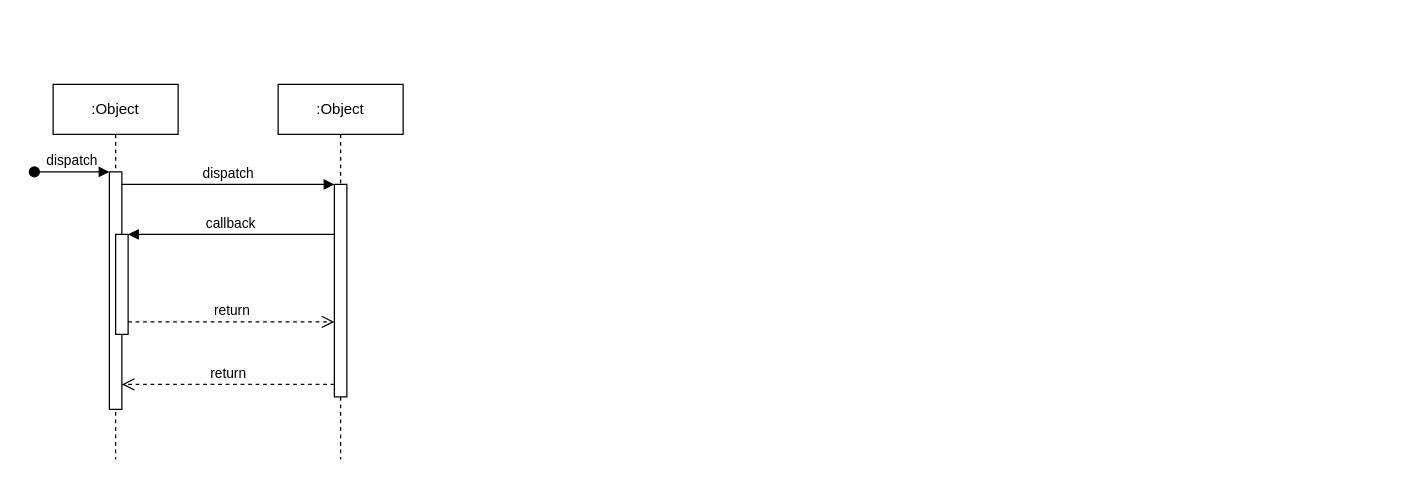
Above: Analise de Sistemas/UML/Exercício diagrama de sequência.drawio in Sant-Thiago/Estudos (draw.io), before the change. Source tidied: cells renumbered, new cells numbered last; positions are measured from the earlier drawing's top-left corner, leaving out a move shared by most shapes. Both pictures are drawn from the tidied source at 125%, with x=0, y=0 at pixel (34, 84).
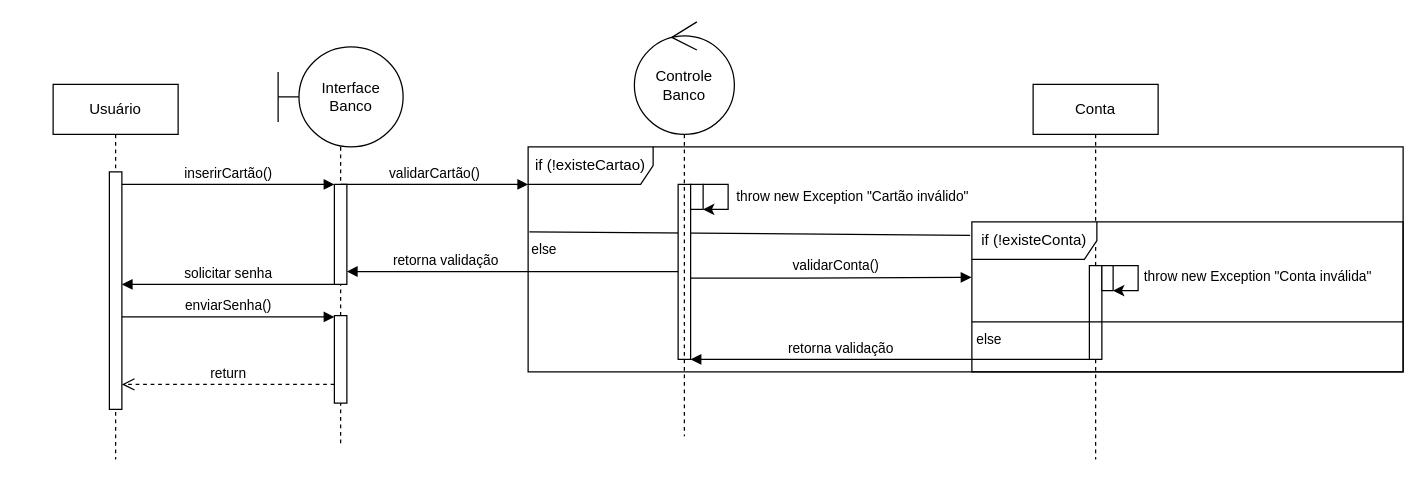
The same diagram, later.

Commit message:
primeira etapa do diagrama

Unchanged cells that the change refers to:
```xml
<mxCell id="3" style="html=1;points=[];perimeter=orthogonalPerimeter;outlineConnect=0;targetShapes=umlLifeline;portConstraint=eastwest;newEdgeStyle={&quot;edgeStyle&quot;:&quot;elbowEdgeStyle&quot;,&quot;elbow&quot;:&quot;vertical&quot;,&quot;curved&quot;:0,&quot;rounded&quot;:0};" parent="2" vertex="1">
  <mxGeometry x="45" y="70" width="10" height="190" as="geometry" />
</mxCell>
```

Change to the diagram source:
```diff
@@
-    <mxCell id="2" value=":Object" style="shape=umlLifeline;perimeter=lifelinePerimeter;whiteSpace=wrap;html=1;newEdgeStyle={&quot;edgeStyle&quot;:&quot;elbowEdgeStyle&quot;,&quot;elbow&quot;:&quot;vertical&quot;,&quot;curved&quot;:0,&quot;rounded&quot;:0};" parent="1" vertex="1">
+    <mxCell id="2" value="Usuário" style="shape=umlLifeline;perimeter=lifelinePerimeter;whiteSpace=wrap;html=1;newEdgeStyle={&quot;edgeStyle&quot;:&quot;elbowEdgeStyle&quot;,&quot;elbow&quot;:&quot;vertical&quot;,&quot;curved&quot;:0,&quot;rounded&quot;:0};" parent="1" vertex="1">
       <mxGeometry x="15" width="100" height="300" as="geometry" />
     </mxCell>
@@
-    <mxCell id="4" value="dispatch" style="html=1;verticalAlign=bottom;startArrow=oval;endArrow=block;startSize=8;edgeStyle=elbowEdgeStyle;elbow=vertical;curved=0;rounded=0;" parent="2" edge="1" target="3">
-      <mxGeometry relative="1" as="geometry">
-        <mxPoint x="-15" y="70" as="sourcePoint" />
-      </mxGeometry>
-    </mxCell>
-    <mxCell id="5" style="html=1;points=[];perimeter=orthogonalPerimeter;outlineConnect=0;targetShapes=umlLifeline;portConstraint=eastwest;newEdgeStyle={&quot;edgeStyle&quot;:&quot;elbowEdgeStyle&quot;,&quot;elbow&quot;:&quot;vertical&quot;,&quot;curved&quot;:0,&quot;rounded&quot;:0};" parent="2" vertex="1">
-      <mxGeometry x="50" y="120" width="10" height="80" as="geometry" />
-    </mxCell>
-    <mxCell id="6" value=":Object" style="shape=umlLifeline;perimeter=lifelinePerimeter;whiteSpace=wrap;html=1;newEdgeStyle={&quot;edgeStyle&quot;:&quot;elbowEdgeStyle&quot;,&quot;elbow&quot;:&quot;vertical&quot;,&quot;curved&quot;:0,&quot;rounded&quot;:0};" parent="1" vertex="1">
-      <mxGeometry x="195" width="100" height="300" as="geometry" />
-    </mxCell>
-    <mxCell id="7" style="html=1;points=[];perimeter=orthogonalPerimeter;outlineConnect=0;targetShapes=umlLifeline;portConstraint=eastwest;newEdgeStyle={&quot;edgeStyle&quot;:&quot;elbowEdgeStyle&quot;,&quot;elbow&quot;:&quot;vertical&quot;,&quot;curved&quot;:0,&quot;rounded&quot;:0};" parent="6" vertex="1">
-      <mxGeometry x="45" y="80" width="10" height="170" as="geometry" />
-    </mxCell>
-    <mxCell id="8" value="dispatch" style="html=1;verticalAlign=bottom;endArrow=block;edgeStyle=elbowEdgeStyle;elbow=vertical;curved=0;rounded=0;" parent="1" edge="1" source="3" target="7">
+    <mxCell id="8" value="inserirCartão()" style="html=1;verticalAlign=bottom;endArrow=block;edgeStyle=elbowEdgeStyle;elbow=vertical;curved=0;rounded=0;" parent="1" edge="1" source="3" target="7">
       <mxGeometry relative="1" as="geometry">
         <Array as="points">
           <mxPoint x="155" y="80" />
         </Array>
       </mxGeometry>
     </mxCell>
-    <mxCell id="9" value="return" style="html=1;verticalAlign=bottom;endArrow=open;dashed=1;endSize=8;edgeStyle=elbowEdgeStyle;elbow=vertical;curved=0;rounded=0;" parent="1" edge="1" source="7" target="3">
+    <mxCell id="9" value="return" style="html=1;verticalAlign=bottom;endArrow=open;dashed=1;endSize=8;edgeStyle=elbowEdgeStyle;elbow=vertical;curved=0;rounded=0;" parent="1" edge="1" source="32" target="3">
       <mxGeometry relative="1" as="geometry">
         <Array as="points">
           <mxPoint x="165" y="240" />
         </Array>
       </mxGeometry>
     </mxCell>
-    <mxCell id="10" value="callback" style="html=1;verticalAlign=bottom;endArrow=block;edgeStyle=elbowEdgeStyle;elbow=vertical;curved=0;rounded=0;" parent="1" edge="1" source="7" target="5">
-      <mxGeometry relative="1" as="geometry">
-        <Array as="points">
-          <mxPoint x="165" y="120" />
-        </Array>
-      </mxGeometry>
-    </mxCell>
-    <mxCell id="11" value="return" style="html=1;verticalAlign=bottom;endArrow=open;dashed=1;endSize=8;edgeStyle=elbowEdgeStyle;elbow=vertical;curved=0;rounded=0;" parent="1" edge="1" source="5" target="7">
-      <mxGeometry relative="1" as="geometry">
-        <Array as="points">
-          <mxPoint x="155" y="190" />
-        </Array>
-      </mxGeometry>
-    </mxCell>
+    <mxCell id="12" value="validarCartão()" style="html=1;verticalAlign=bottom;endArrow=block;edgeStyle=elbowEdgeStyle;elbow=horizontal;curved=0;rounded=0;" parent="1" edge="1">
+      <mxGeometry relative="1" as="geometry">
+        <mxPoint x="245" y="80" as="sourcePoint" />
+        <mxPoint x="395" y="80" as="targetPoint" />
+        <Array as="points">
+          <mxPoint x="330" y="80" />
+        </Array>
+      </mxGeometry>
+    </mxCell>
+    <mxCell id="13" value="Conta" style="shape=umlLifeline;perimeter=lifelinePerimeter;whiteSpace=wrap;html=1;newEdgeStyle={&quot;edgeStyle&quot;:&quot;elbowEdgeStyle&quot;,&quot;elbow&quot;:&quot;vertical&quot;,&quot;curved&quot;:0,&quot;rounded&quot;:0};" parent="1" vertex="1">
+      <mxGeometry x="799" width="100" height="300" as="geometry" />
+    </mxCell>
+    <mxCell id="14" style="html=1;perimeter=orthogonalPerimeter;targetShapes=umlLifeline;newEdgeStyle={&quot;edgeStyle&quot;:&quot;elbowEdgeStyle&quot;,&quot;elbow&quot;:&quot;vertical&quot;,&quot;curved&quot;:0,&quot;rounded&quot;:0};" parent="13" vertex="1">
+      <mxGeometry x="45" y="145" width="10" height="75" as="geometry" />
+    </mxCell>
+    <mxCell id="15" value="retorna validação" style="html=1;verticalAlign=bottom;endArrow=block;edgeStyle=elbowEdgeStyle;elbow=horizontal;curved=0;rounded=0;exitX=0.1;exitY=0.714;exitDx=0;exitDy=0;exitPerimeter=0;" parent="1" edge="1" target="33">
+      <mxGeometry x="0.25" relative="1" as="geometry">
+        <mxPoint x="844" y="220" as="sourcePoint" />
+        <Array as="points">
+          <mxPoint x="629" y="220" />
+        </Array>
+      </mxGeometry>
+    </mxCell>
+    <mxCell id="16" value="retorna validação" style="html=1;verticalAlign=bottom;endArrow=block;edgeStyle=elbowEdgeStyle;elbow=horizontal;curved=0;rounded=0;" parent="1" edge="1" source="33" target="7">
+      <mxGeometry x="0.4" relative="1" as="geometry">
+        <Array as="points">
+          <mxPoint x="330" y="149.7" />
+        </Array>
+      </mxGeometry>
+    </mxCell>
+    <mxCell id="17" value="solicitar senha" style="html=1;verticalAlign=bottom;endArrow=block;edgeStyle=elbowEdgeStyle;elbow=vertical;curved=0;rounded=0;" parent="1" edge="1">
+      <mxGeometry relative="1" as="geometry">
+        <mxPoint x="240" y="160" as="sourcePoint" />
+        <mxPoint x="70" y="160" as="targetPoint" />
+        <Array as="points">
+          <mxPoint x="155" y="160" />
+        </Array>
+      </mxGeometry>
+    </mxCell>
+    <mxCell id="18" value="validarConta()" style="html=1;verticalAlign=bottom;endArrow=block;edgeStyle=elbowEdgeStyle;elbow=horizontal;curved=0;rounded=0;entryX=-0.001;entryY=0.37;entryDx=0;entryDy=0;entryPerimeter=0;" parent="1" edge="1" target="24">
+      <mxGeometry x="0.04" relative="1" as="geometry">
+        <mxPoint x="525" y="155" as="sourcePoint" />
+        <Array as="points">
+          <mxPoint x="610" y="155" />
+        </Array>
+      </mxGeometry>
+    </mxCell>
+    <mxCell id="19" value="&lt;span style=&quot;color: rgb(0, 0, 0); font-family: Helvetica; font-size: 11px; font-style: normal; font-variant-ligatures: normal; font-variant-caps: normal; font-weight: 400; letter-spacing: normal; orphans: 2; text-align: center; text-indent: 0px; text-transform: none; widows: 2; word-spacing: 0px; -webkit-text-stroke-width: 0px; white-space: nowrap; background-color: rgb(255, 255, 255); text-decoration-thickness: initial; text-decoration-style: initial; text-decoration-color: initial; display: inline !important; float: none;&quot;&gt;throw new Exception &quot;Cartão inválido&quot;&lt;/span&gt;" style="text;whiteSpace=wrap;html=1;" parent="1" vertex="1">
+      <mxGeometry x="560" y="76" width="80" height="20" as="geometry" />
+    </mxCell>
+    <mxCell id="20" value="if (!existeCartao)" style="shape=umlFrame;whiteSpace=wrap;html=1;width=100;height=30;" parent="1" vertex="1">
+      <mxGeometry x="395" y="50" width="700" height="180" as="geometry" />
+    </mxCell>
+    <mxCell id="21" style="endArrow=none;html=1;rounded=0;exitX=-0.004;exitY=0.09;exitDx=0;exitDy=0;exitPerimeter=0;entryX=0;entryY=0;entryDx=0;entryDy=0;" parent="1" edge="1" source="24" target="22">
+      <mxGeometry relative="1" as="geometry" />
+    </mxCell>
+    <mxCell id="22" value="&lt;div style=&quot;text-align: center;&quot;&gt;&lt;span style=&quot;font-size: 11px; text-wrap: nowrap; background-color: rgb(255, 255, 255);&quot;&gt;else&lt;/span&gt;&lt;/div&gt;" style="text;whiteSpace=wrap;html=1;" parent="1" vertex="1">
+      <mxGeometry x="396" y="118" width="80" height="20" as="geometry" />
+    </mxCell>
+    <mxCell id="23" style="html=1;points=[];perimeter=orthogonalPerimeter;outlineConnect=0;targetShapes=umlLifeline;portConstraint=eastwest;newEdgeStyle={&quot;edgeStyle&quot;:&quot;elbowEdgeStyle&quot;,&quot;elbow&quot;:&quot;vertical&quot;,&quot;curved&quot;:0,&quot;rounded&quot;:0};" parent="1" vertex="1">
+      <mxGeometry x="854" y="145" width="9" height="20" as="geometry" />
+    </mxCell>
+    <mxCell id="24" value="if (!existeConta)" style="shape=umlFrame;whiteSpace=wrap;html=1;width=100;height=30;" parent="1" vertex="1">
+      <mxGeometry x="750" y="110" width="345" height="120" as="geometry" />
+    </mxCell>
+    <mxCell id="25" style="edgeStyle=elbowEdgeStyle;rounded=0;orthogonalLoop=1;jettySize=auto;html=1;elbow=vertical;curved=0;" parent="1" edge="1" source="23" target="23">
+      <mxGeometry relative="1" as="geometry" />
+    </mxCell>
+    <mxCell id="26" value="&lt;span style=&quot;color: rgb(0, 0, 0); font-family: Helvetica; font-size: 11px; font-style: normal; font-variant-ligatures: normal; font-variant-caps: normal; font-weight: 400; letter-spacing: normal; orphans: 2; text-align: center; text-indent: 0px; text-transform: none; widows: 2; word-spacing: 0px; -webkit-text-stroke-width: 0px; white-space: nowrap; background-color: rgb(255, 255, 255); text-decoration-thickness: initial; text-decoration-style: initial; text-decoration-color: initial; display: inline !important; float: none;&quot;&gt;throw new Exception &quot;Conta inválida&quot;&lt;/span&gt;" style="text;whiteSpace=wrap;html=1;" parent="1" vertex="1">
+      <mxGeometry x="886" y="140" width="80" height="20" as="geometry" />
+    </mxCell>
+    <mxCell id="27" style="endArrow=none;html=1;rounded=0;" parent="1" edge="1">
+      <mxGeometry relative="1" as="geometry">
+        <mxPoint x="1095" y="190" as="sourcePoint" />
+        <mxPoint x="750" y="190" as="targetPoint" />
+      </mxGeometry>
+    </mxCell>
+    <mxCell id="28" value="&lt;div style=&quot;text-align: center;&quot;&gt;&lt;span style=&quot;font-size: 11px; text-wrap: nowrap; background-color: rgb(255, 255, 255);&quot;&gt;else&lt;/span&gt;&lt;/div&gt;" style="text;whiteSpace=wrap;html=1;" parent="1" vertex="1">
+      <mxGeometry x="752" y="190" width="80" height="20" as="geometry" />
+    </mxCell>
+    <mxCell id="29" value="enviarSenha()" style="html=1;verticalAlign=bottom;endArrow=block;edgeStyle=elbowEdgeStyle;elbow=vertical;curved=0;rounded=0;" parent="1" edge="1">
+      <mxGeometry relative="1" as="geometry">
+        <mxPoint x="70" y="186" as="sourcePoint" />
+        <mxPoint x="240" y="186" as="targetPoint" />
+        <Array as="points">
+          <mxPoint x="155" y="186" />
+        </Array>
+      </mxGeometry>
+    </mxCell>
+    <mxCell id="30" style="edgeStyle=orthogonalEdgeStyle;rounded=0;jettySize=auto;html=1;dashed=1;endArrow=none;endFill=0;" parent="1" edge="1" source="31">
+      <mxGeometry relative="1" as="geometry">
+        <mxPoint x="245" y="290" as="targetPoint" />
+      </mxGeometry>
+    </mxCell>
+    <mxCell id="31" value="Interface Banco" style="shape=umlBoundary;whiteSpace=wrap;html=1;" parent="1" vertex="1">
+      <mxGeometry x="195" y="-30" width="100" height="80" as="geometry" />
+    </mxCell>
+    <mxCell id="7" style="html=1;points=[];perimeter=orthogonalPerimeter;outlineConnect=0;targetShapes=umlLifeline;portConstraint=eastwest;newEdgeStyle={&quot;edgeStyle&quot;:&quot;elbowEdgeStyle&quot;,&quot;elbow&quot;:&quot;vertical&quot;,&quot;curved&quot;:0,&quot;rounded&quot;:0};" parent="1" vertex="1">
+      <mxGeometry x="240" y="80" width="10" height="80" as="geometry" />
+    </mxCell>
+    <mxCell id="32" style="html=1;points=[];perimeter=orthogonalPerimeter;outlineConnect=0;targetShapes=umlLifeline;portConstraint=eastwest;newEdgeStyle={&quot;edgeStyle&quot;:&quot;elbowEdgeStyle&quot;,&quot;elbow&quot;:&quot;vertical&quot;,&quot;curved&quot;:0,&quot;rounded&quot;:0};" parent="1" vertex="1">
+      <mxGeometry x="240" y="185" width="10" height="70" as="geometry" />
+    </mxCell>
+    <mxCell id="33" style="html=1;points=[];perimeter=orthogonalPerimeter;outlineConnect=0;targetShapes=umlLifeline;portConstraint=eastwest;newEdgeStyle={&quot;edgeStyle&quot;:&quot;elbowEdgeStyle&quot;,&quot;elbow&quot;:&quot;vertical&quot;,&quot;curved&quot;:0,&quot;rounded&quot;:0};" parent="1" vertex="1">
+      <mxGeometry x="515" y="80" width="10" height="140" as="geometry" />
+    </mxCell>
+    <mxCell id="34" style="html=1;points=[];perimeter=orthogonalPerimeter;outlineConnect=0;targetShapes=umlLifeline;portConstraint=eastwest;newEdgeStyle={&quot;edgeStyle&quot;:&quot;elbowEdgeStyle&quot;,&quot;elbow&quot;:&quot;vertical&quot;,&quot;curved&quot;:0,&quot;rounded&quot;:0};" parent="1" vertex="1">
+      <mxGeometry x="525" y="80" width="10" height="20" as="geometry" />
+    </mxCell>
+    <mxCell id="35" style="edgeStyle=elbowEdgeStyle;rounded=0;orthogonalLoop=1;jettySize=auto;html=1;elbow=vertical;curved=0;" parent="1" edge="1" source="34" target="34">
+      <mxGeometry relative="1" as="geometry" />
+    </mxCell>
+    <mxCell id="36" style="edgeStyle=orthogonalEdgeStyle;rounded=0;jettySize=auto;html=1;endArrow=none;endFill=0;dashed=1;" parent="1" edge="1" source="37">
+      <mxGeometry relative="1" as="geometry">
+        <mxPoint x="520" y="281.4" as="targetPoint" />
+      </mxGeometry>
+    </mxCell>
+    <mxCell id="37" value="Controle Banco" style="ellipse;shape=umlControl;whiteSpace=wrap;html=1;" parent="1" vertex="1">
+      <mxGeometry x="480" y="-50" width="80" height="90" as="geometry" />
+    </mxCell>
```
